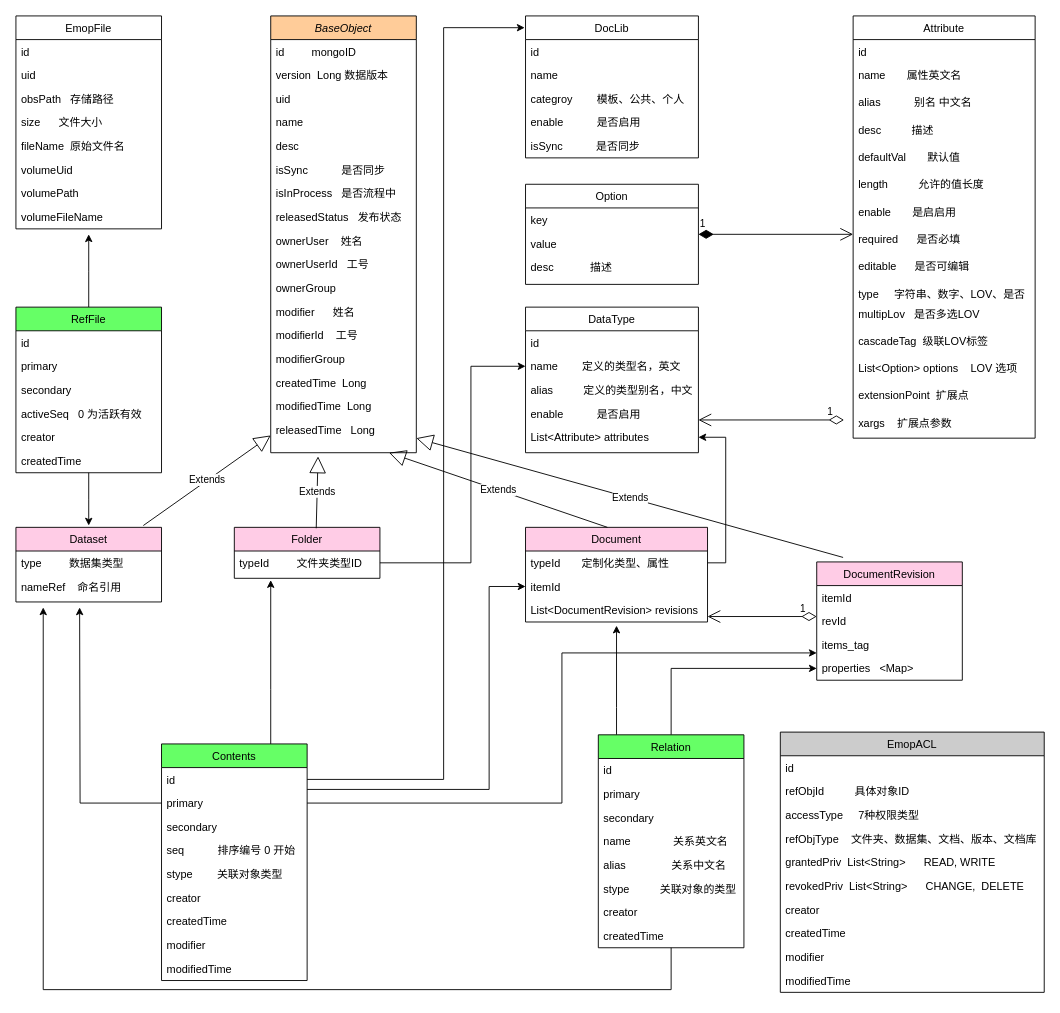
Earlier version of the draw.io diagram doc.drawio (lvmq/emop). Source tidied: cells renumbered, new cells numbered last; positions are measured from the earlier drawing's top-left corner, leaving out a move shared by most shapes. Both pictures are drawn from the tidied source at 91%, with x=0, y=0 at pixel (15, 15).
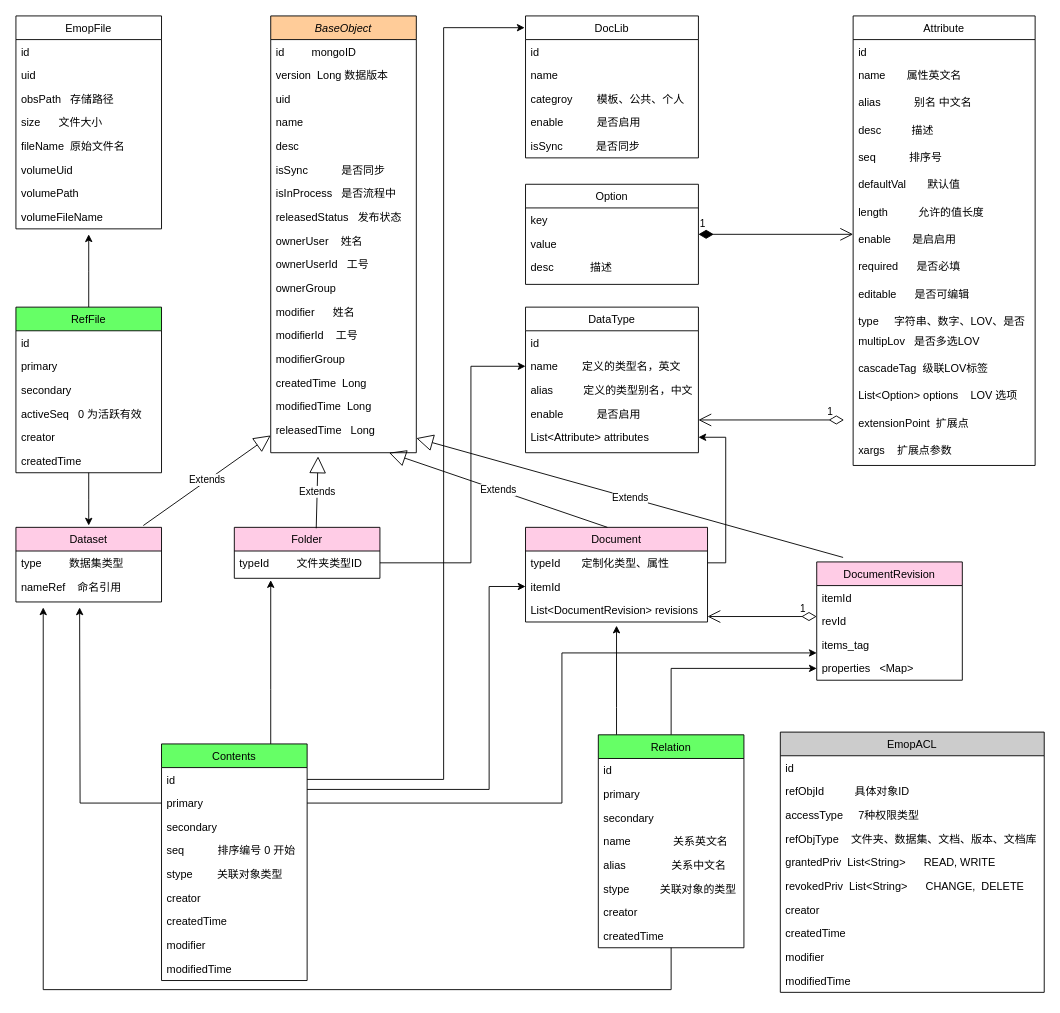
After the change.

Commit message:
add seq to implement sort

What changed in the source:
```diff
@@
     <mxCell id="80" value="Attribute" style="swimlane;fontStyle=0;align=center;verticalAlign=top;horizontal=1;startSize=26;rounded=0;shadow=0;strokeWidth=1;" parent="1" vertex="1">
-      <mxGeometry x="920" width="200" height="464" as="geometry" />
+      <mxGeometry x="920" width="200" height="494" as="geometry" />
     </mxCell>
@@
+    <mxCell id="131" value="seq           排序号" style="text;align=left;verticalAlign=top;spacingLeft=4;spacingRight=4;overflow=hidden;" parent="80" vertex="1">
+      <mxGeometry y="142" width="200" height="30" as="geometry" />
+    </mxCell>
     <mxCell id="85" value="defaultVal       默认值" style="text;align=left;verticalAlign=top;spacingLeft=4;spacingRight=4;overflow=hidden;" parent="80" vertex="1">
-      <mxGeometry y="142" width="200" height="30" as="geometry" />
+      <mxGeometry y="172" width="200" height="30" as="geometry" />
     </mxCell>
     <mxCell id="86" value="length          允许的值长度" style="text;align=left;verticalAlign=top;spacingLeft=4;spacingRight=4;overflow=hidden;" parent="80" vertex="1">
-      <mxGeometry y="172" width="200" height="30" as="geometry" />
+      <mxGeometry y="202" width="200" height="30" as="geometry" />
     </mxCell>
     <mxCell id="87" value="enable       是启启用" style="text;align=left;verticalAlign=top;spacingLeft=4;spacingRight=4;overflow=hidden;" parent="80" vertex="1">
-      <mxGeometry y="202" width="200" height="30" as="geometry" />
+      <mxGeometry y="232" width="200" height="30" as="geometry" />
     </mxCell>
     <mxCell id="88" value="required      是否必填" style="text;align=left;verticalAlign=top;spacingLeft=4;spacingRight=4;overflow=hidden;" parent="80" vertex="1">
-      <mxGeometry y="232" width="200" height="30" as="geometry" />
+      <mxGeometry y="262" width="200" height="30" as="geometry" />
     </mxCell>
     <mxCell id="89" value="editable      是否可编辑" style="text;align=left;verticalAlign=top;spacingLeft=4;spacingRight=4;overflow=hidden;" parent="80" vertex="1">
-      <mxGeometry y="262" width="200" height="30" as="geometry" />
+      <mxGeometry y="292" width="200" height="30" as="geometry" />
     </mxCell>
     <mxCell id="90" value="type     字符串、数字、LOV、是否" style="text;align=left;verticalAlign=top;spacingLeft=4;spacingRight=4;overflow=hidden;" parent="80" vertex="1">
-      <mxGeometry y="292" width="200" height="22" as="geometry" />
+      <mxGeometry y="322" width="200" height="22" as="geometry" />
     </mxCell>
     <mxCell id="91" value="multipLov   是否多选LOV  " style="text;align=left;verticalAlign=top;spacingLeft=4;spacingRight=4;overflow=hidden;" parent="80" vertex="1">
-      <mxGeometry y="314" width="200" height="30" as="geometry" />
+      <mxGeometry y="344" width="200" height="30" as="geometry" />
     </mxCell>
     <mxCell id="92" value="cascadeTag  级联LOV标签  " style="text;align=left;verticalAlign=top;spacingLeft=4;spacingRight=4;overflow=hidden;" parent="80" vertex="1">
-      <mxGeometry y="344" width="200" height="30" as="geometry" />
+      <mxGeometry y="374" width="200" height="30" as="geometry" />
     </mxCell>
     <mxCell id="93" value="List&lt;Option&gt; options    LOV 选项" style="text;align=left;verticalAlign=top;spacingLeft=4;spacingRight=4;overflow=hidden;" parent="80" vertex="1">
-      <mxGeometry y="374" width="200" height="30" as="geometry" />
+      <mxGeometry y="404" width="200" height="30" as="geometry" />
     </mxCell>
     <mxCell id="94" value="extensionPoint  扩展点" style="text;align=left;verticalAlign=top;spacingLeft=4;spacingRight=4;overflow=hidden;" parent="80" vertex="1">
-      <mxGeometry y="404" width="200" height="30" as="geometry" />
+      <mxGeometry y="434" width="200" height="30" as="geometry" />
     </mxCell>
     <mxCell id="95" value="xargs    扩展点参数" style="text;align=left;verticalAlign=top;spacingLeft=4;spacingRight=4;overflow=hidden;" parent="80" vertex="1">
-      <mxGeometry y="434" width="200" height="30" as="geometry" />
+      <mxGeometry y="464" width="200" height="30" as="geometry" />
     </mxCell>
```
